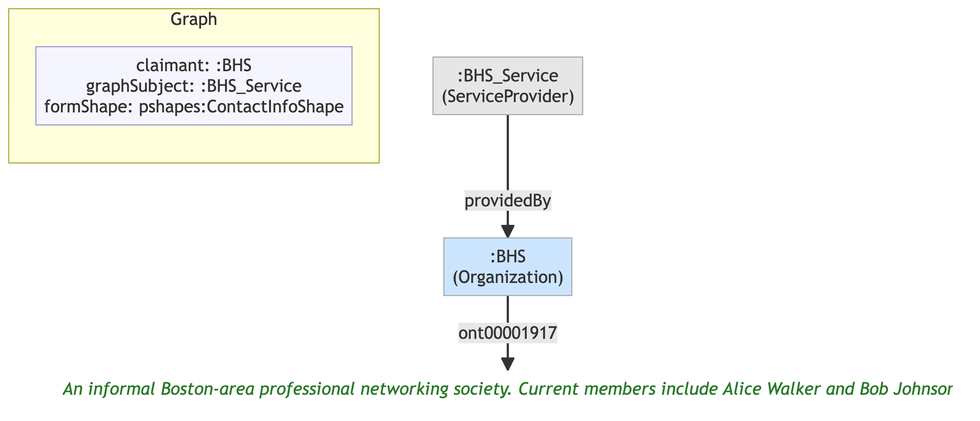
Before: example/graphs/images/graph-01.png, a diagram exported from Mermaid (MeeFoundation/mia-ontologies). Its source is kept beside it as example/graphs/images/graph-01.mmd.
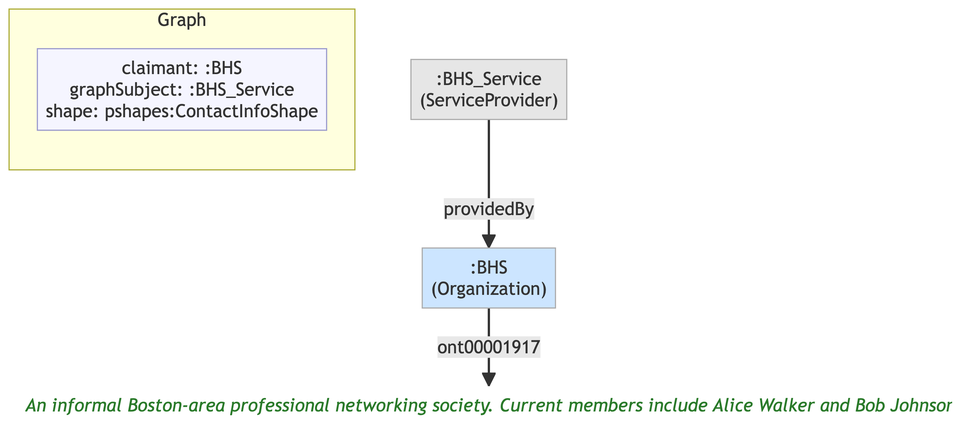
Above is the later version.

What changed in the source:
```diff
@@ -7,12 +7,12 @@
 
     subgraph ctx["Graph"]
         direction LR
-        ctx_meta["claimant: :BHS\ngraphSubject: :BHS_Service\nformShape: pshapes:ContactInfoShape"]:::meta
+        ctx_meta["claimant: :BHS\ngraphSubject: :BHS_Service\nshape: pshapes:ContactInfoShape"]:::meta
     end
 
     n8eb8cf796f42[":BHS\n(Organization)"]:::org
-    n2dd23916fd46("An informal Boston-area professional networking society. Current members include Alice Walker and Bob Johnson."):::lit
+    n7de0cf60e1e8("An informal Boston-area professional networking society. Current members include Alice Walker and Bob Johnson."):::lit
     n4b40da4ec70f[":BHS_Service\n(ServiceProvider)"]:::service
 
-    n8eb8cf796f42 -->|"ont00001917"| n2dd23916fd46
+    n8eb8cf796f42 -->|"ont00001917"| n7de0cf60e1e8
     n4b40da4ec70f -->|"providedBy"| n8eb8cf796f42
```
